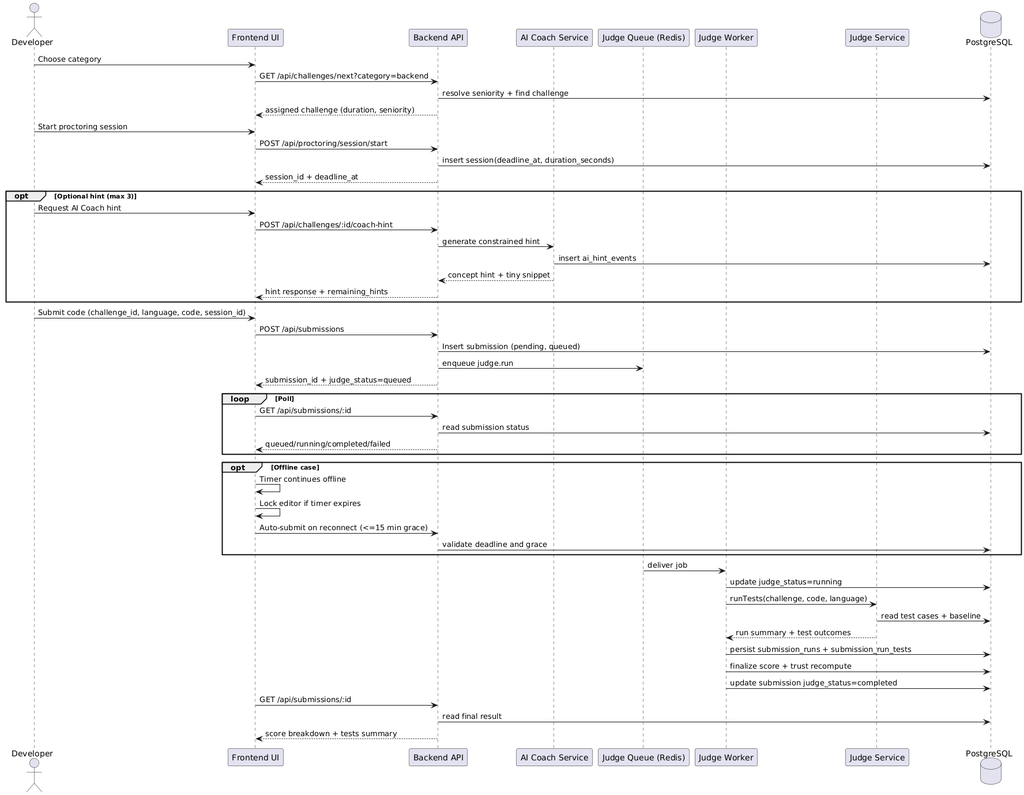
The PlantUML diagram academic-submission/diagrams/exports/sequence-submission-lifecycle.png in SthembisoGit/Yo-Score, before a commit.
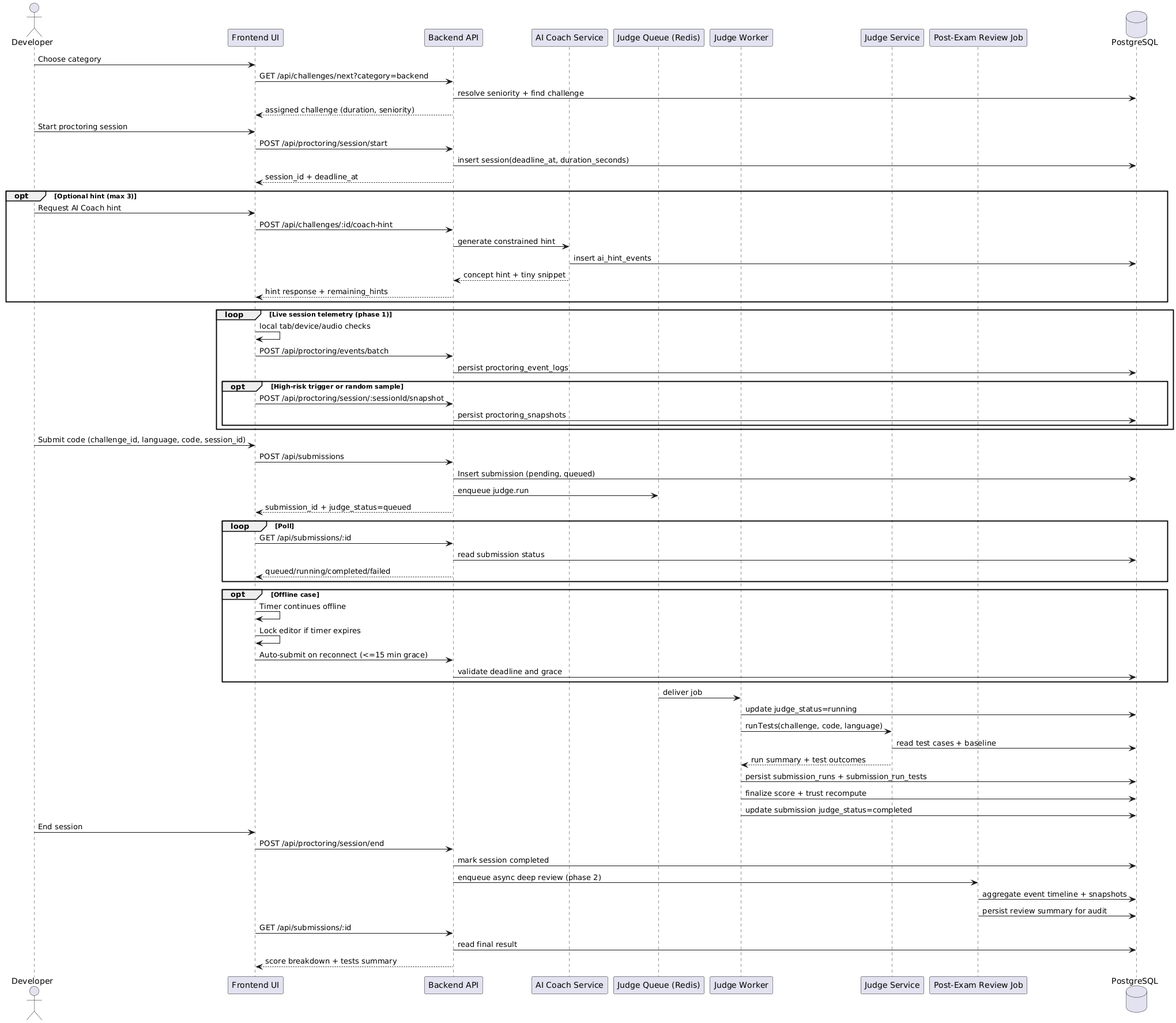
Above is the later version.

What changed in the source:
```diff
@@ -6,6 +6,7 @@
 participant "Judge Queue (Redis)" as Q
 participant "Judge Worker" as W
 participant "Judge Service" as J
+participant "Post-Exam Review Job" as Review
 database "PostgreSQL" as DB
 
 Developer -> FE: Choose category
@@ -25,6 +26,16 @@
   Coach -> DB: insert ai_hint_events
   Coach --> API: concept hint + tiny snippet
   API --> FE: hint response + remaining_hints
+end
+
+loop Live session telemetry (phase 1)
+  FE -> FE: local tab/device/audio checks
+  FE -> API: POST /api/proctoring/events/batch
+  API -> DB: persist proctoring_event_logs
+  opt High-risk trigger or random sample
+    FE -> API: POST /api/proctoring/session/:sessionId/snapshot
+    API -> DB: persist proctoring_snapshots
+  end
 end
 
 Developer -> FE: Submit code (challenge_id, language, code, session_id)
@@ -55,6 +66,13 @@
 W -> DB: finalize score + trust recompute
 W -> DB: update submission judge_status=completed
 
+Developer -> FE: End session
+FE -> API: POST /api/proctoring/session/end
+API -> DB: mark session completed
+API -> Review: enqueue async deep review (phase 2)
+Review -> DB: aggregate event timeline + snapshots
+Review -> DB: persist review summary for audit
+
 FE -> API: GET /api/submissions/:id
 API -> DB: read final result
 API --> FE: score breakdown + tests summary
```
